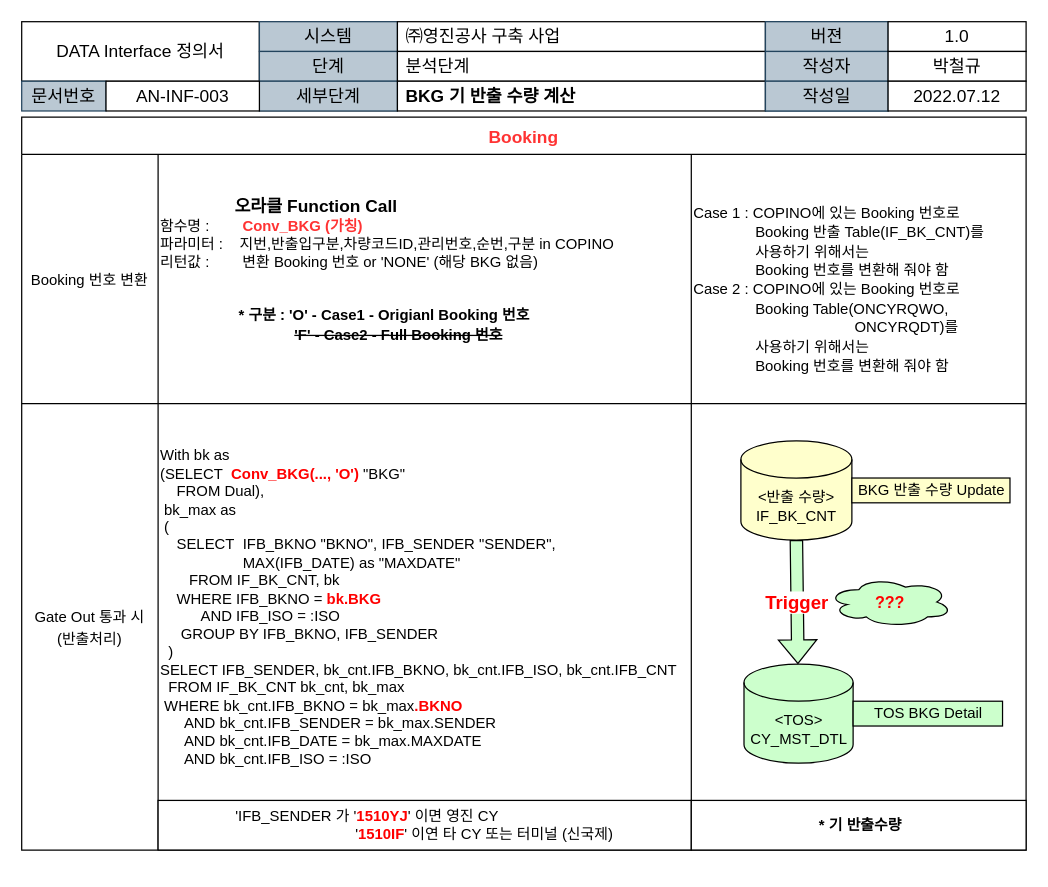
Above: page "BKG 기 반출 수량 계산" (3 of 5) of 산출물/프로세스 명세서 (Data Interface).drawio in yabadadu/- (draw.io), before the change. Source tidied: cells renumbered, new cells numbered last; positions are measured from the earlier drawing's top-left corner, leaving out a move shared by most shapes. Both pictures are drawn from the tidied source at 124%, with x=0, y=0 at pixel (21, 21).
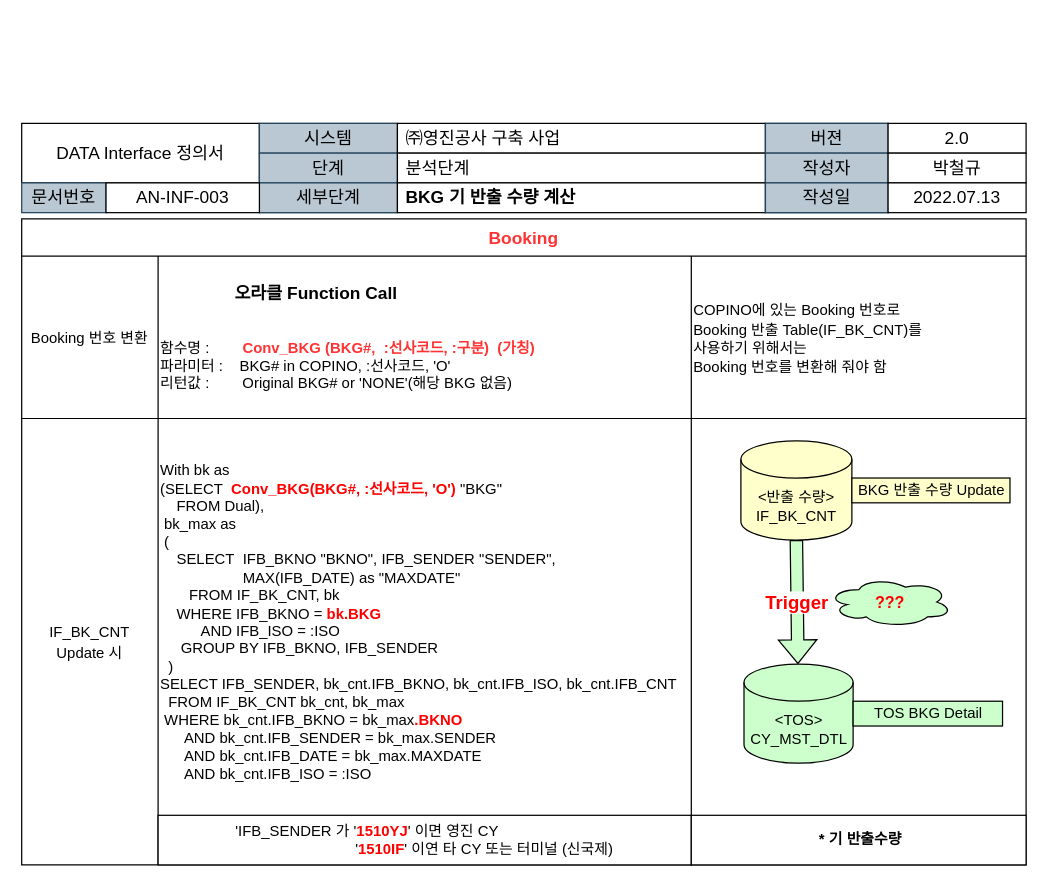
After the change.

Unchanged cells that the change refers to:
```xml
<mxCell id="16" style="group;" parent="2" vertex="1">
  <mxGeometry x="698.7" width="111.3" height="72" as="geometry" />
</mxCell>
```

Change to the diagram source:
```diff
@@
     <mxCell id="2" style="group;" parent="1" vertex="1">
-      <mxGeometry width="810" height="72" as="geometry" />
+      <mxGeometry y="82" width="810" height="72" as="geometry" />
     </mxCell>
@@
-    <mxCell id="17" value="1.0" style="rounded=0;whiteSpace=wrap;html=1;fontSize=14;" parent="16" vertex="1">
+    <mxCell id="17" value="2.0" style="rounded=0;whiteSpace=wrap;html=1;fontSize=14;" parent="16" vertex="1">
       <mxGeometry width="111.3" height="24" as="geometry" />
     </mxCell>
@@
-    <mxCell id="20" value="2022.07.12" style="rounded=0;whiteSpace=wrap;html=1;fontSize=14;" parent="16" vertex="1">
+    <mxCell id="20" value="2022.07.13" style="rounded=0;whiteSpace=wrap;html=1;fontSize=14;" parent="16" vertex="1">
       <mxGeometry y="48" width="111.3" height="24" as="geometry" />
     </mxCell>
@@
     <mxCell id="23" value="Booking" style="shape=table;startSize=30;childLayout=tableLayout;fontStyle=1;align=center;fontSize=14;fontColor=#FF3333;" parent="1" vertex="1">
-      <mxGeometry y="77" width="810" height="591" as="geometry" />
+      <mxGeometry y="159" width="810" height="521" as="geometry" />
     </mxCell>
     <mxCell id="24" style="shape=tableRow;horizontal=0;startSize=0;swimlaneHead=0;swimlaneBody=0;top=0;left=0;bottom=0;right=0;fillColor=none;fontSize=14;fontColor=#FF3333;" parent="23" vertex="1">
-      <mxGeometry y="30" width="810" height="201" as="geometry" />
+      <mxGeometry y="30" width="810" height="131" as="geometry" />
     </mxCell>
     <mxCell id="25" value="&lt;font color=&quot;#000000&quot;&gt;&lt;span style=&quot;font-size: 12px;&quot;&gt;Booking 번호 변환&lt;/span&gt;&lt;/font&gt;" style="shape=partialRectangle;html=1;whiteSpace=wrap;fillColor=none;top=0;left=0;bottom=0;right=0;overflow=hidden;fontSize=14;fontColor=#FF3333;" parent="24" vertex="1">
-      <mxGeometry width="110" height="201" as="geometry" />
+      <mxGeometry width="110" height="131" as="geometry" />
     </mxCell>
-    <mxCell id="26" value="&lt;div style=&quot;&quot;&gt;&lt;div style=&quot;font-size: 12px;&quot;&gt;&lt;font color=&quot;#000000&quot;&gt;&amp;nbsp; &amp;nbsp; &amp;nbsp; &amp;nbsp; &amp;nbsp; &amp;nbsp; &amp;nbsp; &amp;nbsp; &amp;nbsp;&amp;nbsp;&lt;/font&gt;&lt;font style=&quot;color: rgb(0, 0, 0); font-size: 14px;&quot;&gt;&lt;b&gt;오라클 Function Call&lt;/b&gt;&lt;/font&gt;&lt;br&gt;&lt;font color=&quot;#000000&quot;&gt;함수명 :&amp;nbsp; &amp;nbsp; &amp;nbsp; &amp;nbsp;&amp;nbsp;&lt;/font&gt;&lt;b&gt;Conv_BKG (가칭)&lt;/b&gt;&lt;br&gt;&lt;font color=&quot;#000000&quot;&gt;파라미터 :&amp;nbsp; &amp;nbsp; 지번,반출입구분,차량코드ID,관리번호,순번,구분 in COPINO&lt;/font&gt;&lt;br&gt;&lt;font color=&quot;#000000&quot;&gt;리턴값 :&amp;nbsp; &amp;nbsp; &amp;nbsp; &amp;nbsp; 변환 Booking 번호 or&amp;nbsp;'NONE' (해당 BKG 없음)&lt;/font&gt;&lt;br&gt;&lt;/div&gt;&lt;div style=&quot;color: rgb(0, 0, 0); font-size: 12px;&quot;&gt;&lt;br&gt;&lt;/div&gt;&lt;div style=&quot;color: rgb(0, 0, 0); font-size: 12px;&quot;&gt;&lt;br&gt;&lt;/div&gt;&lt;div style=&quot;color: rgb(0, 0, 0); font-size: 12px;&quot;&gt;&amp;nbsp; &amp;nbsp; &amp;nbsp; &amp;nbsp; &amp;nbsp; &amp;nbsp; &amp;nbsp; &amp;nbsp; &amp;nbsp; &amp;nbsp;&lt;b&gt;* 구분 :&amp;nbsp;&lt;/b&gt;&lt;b style=&quot;background-color: initial;&quot;&gt;'O' - Case1 - Origianl Booking 번호&lt;/b&gt;&lt;/div&gt;&lt;div style=&quot;color: rgb(0, 0, 0);&quot;&gt;&lt;div style=&quot;&quot;&gt;&lt;font style=&quot;font-size: 10px;&quot;&gt;&amp;nbsp; &amp;nbsp; &amp;nbsp; &amp;nbsp; &amp;nbsp; &amp;nbsp; &amp;nbsp; &amp;nbsp; &amp;nbsp; &amp;nbsp; &amp;nbsp; &amp;nbsp; &amp;nbsp; &amp;nbsp; &amp;nbsp; &amp;nbsp; &amp;nbsp; &amp;nbsp; &amp;nbsp; &amp;nbsp;&lt;/font&gt;&lt;b style=&quot;font-size: 12px; text-decoration-line: line-through;&quot;&gt;'F' - Case2 - Full Booking 번호&lt;/b&gt;&lt;/div&gt;&lt;div style=&quot;font-size: 12px;&quot;&gt;&lt;b&gt;&lt;strike&gt;&lt;br&gt;&lt;/strike&gt;&lt;/b&gt;&lt;/div&gt;&lt;/div&gt;&lt;/div&gt;" style="shape=partialRectangle;html=1;whiteSpace=wrap;fillColor=none;top=0;left=0;bottom=0;right=0;overflow=hidden;fontSize=14;fontColor=#FF3333;align=left;" parent="24" vertex="1">
-      <mxGeometry x="110" width="430" height="201" as="geometry" />
+    <mxCell id="26" value="&lt;div style=&quot;&quot;&gt;&lt;div style=&quot;font-size: 12px;&quot;&gt;&lt;div&gt;&lt;font color=&quot;#000000&quot;&gt;&amp;nbsp; &amp;nbsp; &amp;nbsp; &amp;nbsp; &amp;nbsp; &amp;nbsp; &amp;nbsp; &amp;nbsp; &amp;nbsp;&amp;nbsp;&lt;/font&gt;&lt;font style=&quot;color: rgb(0, 0, 0); font-size: 14px;&quot;&gt;&lt;b&gt;오라클 Function Call&lt;/b&gt;&lt;/font&gt;&lt;/div&gt;&lt;div style=&quot;color: rgb(0, 0, 0);&quot;&gt;&lt;b&gt;&lt;br&gt;&lt;/b&gt;&lt;/div&gt;&lt;div style=&quot;color: rgb(0, 0, 0);&quot;&gt;&lt;div style=&quot;color: rgb(255, 51, 51);&quot;&gt;&lt;font color=&quot;#000000&quot;&gt;&amp;nbsp;&lt;/font&gt;&lt;br&gt;&lt;font color=&quot;#000000&quot;&gt;함수명 :&amp;nbsp; &amp;nbsp; &amp;nbsp; &amp;nbsp;&amp;nbsp;&lt;/font&gt;&lt;b&gt;Conv_BKG (BKG#,&amp;nbsp; :선사코드, :구분)&amp;nbsp;&lt;/b&gt;&lt;b&gt;&amp;nbsp;(가칭)&lt;/b&gt;&lt;br&gt;&lt;font color=&quot;#000000&quot;&gt;파라미터 :&amp;nbsp; &amp;nbsp; BKG# in COPINO, :선사코드, 'O'&lt;/font&gt;&lt;br&gt;&lt;font color=&quot;#000000&quot;&gt;리턴값 :&amp;nbsp; &amp;nbsp; &amp;nbsp; &amp;nbsp; Original BKG# or 'NONE'(해당 BKG 없음)&lt;/font&gt;&lt;/div&gt;&lt;/div&gt;&lt;/div&gt;&lt;/div&gt;" style="shape=partialRectangle;html=1;whiteSpace=wrap;fillColor=none;top=0;left=0;bottom=0;right=0;overflow=hidden;fontSize=14;fontColor=#FF3333;align=left;" parent="24" vertex="1">
+      <mxGeometry x="110" width="430" height="131" as="geometry" />
     </mxCell>
-    <mxCell id="27" value="&lt;font style=&quot;font-size: 12px;&quot;&gt;&lt;font style=&quot;font-size: 12px;&quot; color=&quot;#000000&quot;&gt;&lt;br&gt;Case 1 :&amp;nbsp;&lt;/font&gt;&lt;span style=&quot;color: rgb(0, 0, 0);&quot;&gt;COPINO에 있는 Booking 번호로&lt;br&gt;&lt;/span&gt;&lt;font style=&quot;font-size: 12px;&quot; color=&quot;#000000&quot;&gt;&amp;nbsp; &amp;nbsp; &amp;nbsp; &amp;nbsp; &amp;nbsp; &amp;nbsp; &amp;nbsp; &amp;nbsp;Booking 반출 Table(IF_BK_CNT)를&lt;br&gt;&amp;nbsp; &amp;nbsp; &amp;nbsp; &amp;nbsp; &amp;nbsp; &amp;nbsp; &amp;nbsp; &amp;nbsp;사용하기 위해서는&lt;br&gt;&lt;div&gt;&lt;span style=&quot;background-color: initial;&quot;&gt;&amp;nbsp; &amp;nbsp; &amp;nbsp; &amp;nbsp; &amp;nbsp; &amp;nbsp; &amp;nbsp; &amp;nbsp;Booking 번호를 변환해 줘야 함&lt;/span&gt;&lt;/div&gt;&lt;/font&gt;&lt;font color=&quot;#000000&quot; style=&quot;font-size: 12px;&quot;&gt;Case 2 : COPINO에 있는 Booking 번호로&amp;nbsp;&lt;br&gt;&amp;nbsp; &amp;nbsp; &amp;nbsp; &amp;nbsp; &amp;nbsp; &amp;nbsp; &amp;nbsp; &amp;nbsp;Booking Table(ONCYRQWO,&lt;br&gt;&amp;nbsp; &amp;nbsp; &amp;nbsp; &amp;nbsp; &amp;nbsp; &amp;nbsp; &amp;nbsp; &amp;nbsp; &amp;nbsp; &amp;nbsp; &amp;nbsp; &amp;nbsp; &amp;nbsp; &amp;nbsp; &amp;nbsp; &amp;nbsp; &amp;nbsp; &amp;nbsp; &amp;nbsp; &amp;nbsp;ONCYRQDT)를 &lt;br&gt;&amp;nbsp; &amp;nbsp; &amp;nbsp; &amp;nbsp; &amp;nbsp; &amp;nbsp; &amp;nbsp; &amp;nbsp;사용하기 위해서는&lt;br&gt;&amp;nbsp; &amp;nbsp; &amp;nbsp; &amp;nbsp; &amp;nbsp; &amp;nbsp; &amp;nbsp; &amp;nbsp;Booking 번호를 변환해 줘야 함&lt;/font&gt;&lt;/font&gt;" style="shape=partialRectangle;html=1;whiteSpace=wrap;fillColor=none;top=0;left=0;bottom=0;right=0;overflow=hidden;fontSize=13;fontColor=#FF3333;align=left;" parent="24" vertex="1">
-      <mxGeometry x="540" width="270" height="201" as="geometry" />
+    <mxCell id="27" value="&lt;font style=&quot;font-size: 12px;&quot;&gt;&lt;span style=&quot;color: rgb(0, 0, 0);&quot;&gt;COPINO에 있는 Booking 번호로&lt;br&gt;&lt;/span&gt;&lt;font style=&quot;font-size: 12px;&quot; color=&quot;#000000&quot;&gt;Booking 반출 Table(IF_BK_CNT)를&lt;br&gt;사용하기 위해서는&lt;br&gt;&lt;div&gt;&lt;span style=&quot;background-color: initial;&quot;&gt;Booking 번호를 변환해 줘야 함&lt;/span&gt;&lt;/div&gt;&lt;/font&gt;&lt;/font&gt;" style="shape=partialRectangle;html=1;whiteSpace=wrap;fillColor=none;top=0;left=0;bottom=0;right=0;overflow=hidden;fontSize=13;fontColor=#FF3333;align=left;" parent="24" vertex="1">
+      <mxGeometry x="540" width="270" height="131" as="geometry" />
     </mxCell>
     <mxCell id="28" style="shape=tableRow;horizontal=0;startSize=0;swimlaneHead=0;swimlaneBody=0;top=0;left=0;bottom=0;right=0;fillColor=none;fontSize=14;fontColor=#FF3333;" parent="23" vertex="1">
-      <mxGeometry y="231" width="810" height="360" as="geometry" />
+      <mxGeometry y="161" width="810" height="360" as="geometry" />
     </mxCell>
-    <mxCell id="29" value="&lt;span style=&quot;color: rgb(0, 0, 0); font-size: 12px;&quot;&gt;Gate Out 통과 시&lt;br&gt;(반출처리)&lt;/span&gt;" style="shape=partialRectangle;html=1;whiteSpace=wrap;fillColor=none;top=0;left=0;bottom=0;right=0;overflow=hidden;fontSize=14;fontColor=#FF3333;" parent="28" vertex="1">
+    <mxCell id="29" value="&lt;span style=&quot;text-align: left; font-size: 13px;&quot;&gt;&lt;font style=&quot;font-size: 13px;&quot; color=&quot;#000000&quot;&gt;&lt;span style=&quot;font-size: 12px;&quot;&gt;IF_BK_CNT&lt;/span&gt;&lt;font style=&quot;font-size: 13px;&quot;&gt;&lt;br&gt;&lt;/font&gt;&lt;/font&gt;&lt;/span&gt;&lt;font style=&quot;font-size: 12px;&quot; color=&quot;#000000&quot;&gt;Update 시&lt;/font&gt;" style="shape=partialRectangle;html=1;whiteSpace=wrap;fillColor=none;top=0;left=0;bottom=0;right=0;overflow=hidden;fontSize=14;fontColor=#FF3333;" parent="28" vertex="1">
       <mxGeometry width="110" height="360" as="geometry" />
     </mxCell>
-    <mxCell id="30" value="&lt;div style=&quot;color: rgb(0, 0, 0); font-size: 12px;&quot;&gt;&lt;font color=&quot;#000000&quot;&gt;With bk as&lt;br&gt;(SELECT&amp;nbsp;&lt;/font&gt;&lt;span style=&quot;color: rgb(255, 51, 51);&quot;&gt;&amp;nbsp;&lt;/span&gt;&lt;span style=&quot;color: rgb(255, 0, 0); font-weight: 700;&quot;&gt;Conv_BKG(..., 'O')&lt;/span&gt;&lt;font color=&quot;#000000&quot;&gt;&amp;nbsp;&quot;BKG&quot;&lt;br&gt;&amp;nbsp; &amp;nbsp; FROM Dual),&lt;/font&gt;&lt;span style=&quot;background-color: initial;&quot;&gt;&lt;br&gt;&lt;/span&gt;&lt;/div&gt;&lt;div style=&quot;color: rgb(0, 0, 0); font-size: 12px;&quot;&gt;&amp;nbsp;bk_max as&lt;/div&gt;&lt;div style=&quot;color: rgb(0, 0, 0); font-size: 12px;&quot;&gt;&amp;nbsp;(&lt;/div&gt;&lt;div style=&quot;color: rgb(0, 0, 0); font-size: 12px;&quot;&gt;&amp;nbsp; &amp;nbsp;&amp;nbsp;&lt;span style=&quot;background-color: initial;&quot;&gt;SELECT&amp;nbsp; IFB_BKNO &quot;BKNO&quot;, IFB_SENDER &quot;SENDER&quot;,&amp;nbsp;&lt;/span&gt;&lt;/div&gt;&lt;div style=&quot;color: rgb(0, 0, 0); font-size: 12px;&quot;&gt;&lt;span style=&quot;background-color: initial;&quot;&gt;&amp;nbsp; &amp;nbsp; &amp;nbsp; &amp;nbsp; &amp;nbsp; &amp;nbsp; &amp;nbsp; &amp;nbsp; &amp;nbsp; &amp;nbsp; MAX(IFB_DATE) as &quot;MAXDATE&quot;&amp;nbsp;&lt;/span&gt;&lt;/div&gt;&lt;div style=&quot;color: rgb(0, 0, 0); font-size: 12px;&quot;&gt;&lt;span style=&quot;background-color: initial;&quot;&gt;&amp;nbsp; &amp;nbsp; &amp;nbsp; &amp;nbsp;FROM IF_BK_CNT, bk&lt;/span&gt;&lt;/div&gt;&lt;div style=&quot;font-size: 12px;&quot;&gt;&lt;font color=&quot;#000000&quot;&gt;&amp;nbsp; &amp;nbsp; WHERE&amp;nbsp;&lt;/font&gt;&lt;span style=&quot;background-color: initial;&quot;&gt;&lt;font color=&quot;#000000&quot;&gt;IFB_BKNO =&amp;nbsp;&lt;/font&gt;&lt;b&gt;&lt;font color=&quot;#ff0000&quot;&gt;bk.BKG&lt;/font&gt;&lt;/b&gt;&lt;/span&gt;&lt;/div&gt;&lt;div style=&quot;font-size: 12px;&quot;&gt;&lt;span style=&quot;background-color: initial;&quot;&gt;&lt;font color=&quot;#000000&quot;&gt;&amp;nbsp; &amp;nbsp; &amp;nbsp; &amp;nbsp; &amp;nbsp; AND IFB_ISO = :ISO&lt;/font&gt;&lt;/span&gt;&lt;/div&gt;&lt;div style=&quot;font-size: 12px;&quot;&gt;&lt;span style=&quot;background-color: initial;&quot;&gt;&lt;font color=&quot;#000000&quot;&gt;&amp;nbsp; &amp;nbsp; &amp;nbsp;GROUP BY IFB_BKNO, IFB_SENDER&lt;/font&gt;&lt;/span&gt;&lt;/div&gt;&lt;div style=&quot;color: rgb(0, 0, 0); font-size: 12px;&quot;&gt;&amp;nbsp; )&lt;/div&gt;&lt;div style=&quot;color: rgb(0, 0, 0); font-size: 12px;&quot;&gt;&lt;span style=&quot;background-color: initial;&quot;&gt;SELECT IFB_SENDER, bk_cnt.IFB_BKNO, bk_cnt.IFB_ISO, bk_cnt.&lt;/span&gt;&lt;span style=&quot;background-color: initial;&quot;&gt;IFB_CNT&amp;nbsp;&lt;/span&gt;&lt;/div&gt;&lt;div style=&quot;color: rgb(0, 0, 0); font-size: 12px;&quot;&gt;&lt;span style=&quot;background-color: initial;&quot;&gt;&amp;nbsp; FROM IF_BK_CNT bk_cnt, bk_max&lt;/span&gt;&lt;br&gt;&lt;/div&gt;&lt;div style=&quot;font-size: 12px;&quot;&gt;&lt;font color=&quot;#000000&quot;&gt;&amp;nbsp;WHERE bk_cnt.&lt;/font&gt;&lt;span style=&quot;background-color: initial;&quot;&gt;&lt;font color=&quot;#000000&quot;&gt;IFB_BKNO = bk_max&lt;/font&gt;&lt;b style=&quot;&quot;&gt;&lt;font color=&quot;#ff0000&quot;&gt;.BKNO&lt;/font&gt;&lt;/b&gt;&lt;/span&gt;&lt;/div&gt;&lt;div style=&quot;font-size: 12px;&quot;&gt;&lt;span style=&quot;background-color: initial;&quot;&gt;&lt;font color=&quot;#000000&quot;&gt;&amp;nbsp; &amp;nbsp; &amp;nbsp; AND bk_cnt.IFB_SENDER = bk_max.SENDER&lt;/font&gt;&lt;/span&gt;&lt;/div&gt;&lt;div style=&quot;font-size: 12px;&quot;&gt;&lt;span style=&quot;background-color: initial;&quot;&gt;&lt;font color=&quot;#000000&quot;&gt;&amp;nbsp; &amp;nbsp; &amp;nbsp; AND bk_cnt.IFB_DATE = bk_max.MAXDATE&lt;/font&gt;&lt;/span&gt;&lt;/div&gt;&lt;div style=&quot;font-size: 12px;&quot;&gt;&lt;span style=&quot;background-color: initial;&quot;&gt;&lt;font color=&quot;#000000&quot;&gt;&amp;nbsp; &amp;nbsp; &amp;nbsp; AND bk_cnt.IFB_ISO = :ISO&lt;/font&gt;&lt;/span&gt;&lt;/div&gt;&lt;div style=&quot;font-size: 12px;&quot;&gt;&lt;span style=&quot;background-color: initial;&quot;&gt;&lt;font color=&quot;#000000&quot;&gt;&lt;br&gt;&lt;/font&gt;&lt;/span&gt;&lt;/div&gt;&lt;div style=&quot;font-size: 12px;&quot;&gt;&lt;/div&gt;&lt;font color=&quot;#000000&quot;&gt;&lt;span style=&quot;font-size: 12px;&quot;&gt;&lt;br&gt;&lt;/span&gt;&lt;/font&gt;" style="shape=partialRectangle;html=1;whiteSpace=wrap;fillColor=none;top=0;left=0;bottom=0;right=0;overflow=hidden;fontSize=14;fontColor=#FF3333;align=left;" parent="28" vertex="1">
+    <mxCell id="30" value="&lt;div style=&quot;color: rgb(0, 0, 0); font-size: 12px;&quot;&gt;&lt;font color=&quot;#000000&quot;&gt;With bk as&lt;br&gt;(SELECT&amp;nbsp;&lt;/font&gt;&lt;span style=&quot;color: rgb(255, 51, 51);&quot;&gt;&amp;nbsp;&lt;/span&gt;&lt;span style=&quot;color: rgb(255, 0, 0); font-weight: 700;&quot;&gt;Conv_BKG(BKG#, :선사코드, 'O')&lt;/span&gt;&lt;font color=&quot;#000000&quot;&gt;&amp;nbsp;&quot;BKG&quot;&lt;br&gt;&amp;nbsp; &amp;nbsp; FROM Dual),&lt;/font&gt;&lt;span style=&quot;background-color: initial;&quot;&gt;&lt;br&gt;&lt;/span&gt;&lt;/div&gt;&lt;div style=&quot;color: rgb(0, 0, 0); font-size: 12px;&quot;&gt;&amp;nbsp;bk_max as&lt;/div&gt;&lt;div style=&quot;color: rgb(0, 0, 0); font-size: 12px;&quot;&gt;&amp;nbsp;(&lt;/div&gt;&lt;div style=&quot;color: rgb(0, 0, 0); font-size: 12px;&quot;&gt;&amp;nbsp; &amp;nbsp;&amp;nbsp;&lt;span style=&quot;background-color: initial;&quot;&gt;SELECT&amp;nbsp; IFB_BKNO &quot;BKNO&quot;, IFB_SENDER &quot;SENDER&quot;,&amp;nbsp;&lt;/span&gt;&lt;/div&gt;&lt;div style=&quot;color: rgb(0, 0, 0); font-size: 12px;&quot;&gt;&lt;span style=&quot;background-color: initial;&quot;&gt;&amp;nbsp; &amp;nbsp; &amp;nbsp; &amp;nbsp; &amp;nbsp; &amp;nbsp; &amp;nbsp; &amp;nbsp; &amp;nbsp; &amp;nbsp; MAX(IFB_DATE) as &quot;MAXDATE&quot;&amp;nbsp;&lt;/span&gt;&lt;/div&gt;&lt;div style=&quot;color: rgb(0, 0, 0); font-size: 12px;&quot;&gt;&lt;span style=&quot;background-color: initial;&quot;&gt;&amp;nbsp; &amp;nbsp; &amp;nbsp; &amp;nbsp;FROM IF_BK_CNT, bk&lt;/span&gt;&lt;/div&gt;&lt;div style=&quot;font-size: 12px;&quot;&gt;&lt;font color=&quot;#000000&quot;&gt;&amp;nbsp; &amp;nbsp; WHERE&amp;nbsp;&lt;/font&gt;&lt;span style=&quot;background-color: initial;&quot;&gt;&lt;font color=&quot;#000000&quot;&gt;IFB_BKNO =&amp;nbsp;&lt;/font&gt;&lt;b&gt;&lt;font color=&quot;#ff0000&quot;&gt;bk.BKG&lt;/font&gt;&lt;/b&gt;&lt;/span&gt;&lt;/div&gt;&lt;div style=&quot;font-size: 12px;&quot;&gt;&lt;span style=&quot;background-color: initial;&quot;&gt;&lt;font color=&quot;#000000&quot;&gt;&amp;nbsp; &amp;nbsp; &amp;nbsp; &amp;nbsp; &amp;nbsp; AND IFB_ISO = :ISO&lt;/font&gt;&lt;/span&gt;&lt;/div&gt;&lt;div style=&quot;font-size: 12px;&quot;&gt;&lt;span style=&quot;background-color: initial;&quot;&gt;&lt;font color=&quot;#000000&quot;&gt;&amp;nbsp; &amp;nbsp; &amp;nbsp;GROUP BY IFB_BKNO, IFB_SENDER&lt;/font&gt;&lt;/span&gt;&lt;/div&gt;&lt;div style=&quot;color: rgb(0, 0, 0); font-size: 12px;&quot;&gt;&amp;nbsp; )&lt;/div&gt;&lt;div style=&quot;color: rgb(0, 0, 0); font-size: 12px;&quot;&gt;&lt;span style=&quot;background-color: initial;&quot;&gt;SELECT IFB_SENDER, bk_cnt.IFB_BKNO, bk_cnt.IFB_ISO, bk_cnt.&lt;/span&gt;&lt;span style=&quot;background-color: initial;&quot;&gt;IFB_CNT&amp;nbsp;&lt;/span&gt;&lt;/div&gt;&lt;div style=&quot;color: rgb(0, 0, 0); font-size: 12px;&quot;&gt;&lt;span style=&quot;background-color: initial;&quot;&gt;&amp;nbsp; FROM IF_BK_CNT bk_cnt, bk_max&lt;/span&gt;&lt;br&gt;&lt;/div&gt;&lt;div style=&quot;font-size: 12px;&quot;&gt;&lt;font color=&quot;#000000&quot;&gt;&amp;nbsp;WHERE bk_cnt.&lt;/font&gt;&lt;span style=&quot;background-color: initial;&quot;&gt;&lt;font color=&quot;#000000&quot;&gt;IFB_BKNO = bk_max&lt;/font&gt;&lt;b style=&quot;&quot;&gt;&lt;font color=&quot;#ff0000&quot;&gt;.BKNO&lt;/font&gt;&lt;/b&gt;&lt;/span&gt;&lt;/div&gt;&lt;div style=&quot;font-size: 12px;&quot;&gt;&lt;span style=&quot;background-color: initial;&quot;&gt;&lt;font color=&quot;#000000&quot;&gt;&amp;nbsp; &amp;nbsp; &amp;nbsp; AND bk_cnt.IFB_SENDER = bk_max.SENDER&lt;/font&gt;&lt;/span&gt;&lt;/div&gt;&lt;div style=&quot;font-size: 12px;&quot;&gt;&lt;span style=&quot;background-color: initial;&quot;&gt;&lt;font color=&quot;#000000&quot;&gt;&amp;nbsp; &amp;nbsp; &amp;nbsp; AND bk_cnt.IFB_DATE = bk_max.MAXDATE&lt;/font&gt;&lt;/span&gt;&lt;/div&gt;&lt;div style=&quot;font-size: 12px;&quot;&gt;&lt;span style=&quot;background-color: initial;&quot;&gt;&lt;font color=&quot;#000000&quot;&gt;&amp;nbsp; &amp;nbsp; &amp;nbsp; AND bk_cnt.IFB_ISO = :ISO&lt;/font&gt;&lt;/span&gt;&lt;/div&gt;&lt;div style=&quot;font-size: 12px;&quot;&gt;&lt;span style=&quot;background-color: initial;&quot;&gt;&lt;font color=&quot;#000000&quot;&gt;&lt;br&gt;&lt;/font&gt;&lt;/span&gt;&lt;/div&gt;&lt;div style=&quot;font-size: 12px;&quot;&gt;&lt;/div&gt;&lt;font color=&quot;#000000&quot;&gt;&lt;span style=&quot;font-size: 12px;&quot;&gt;&lt;br&gt;&lt;/span&gt;&lt;/font&gt;" style="shape=partialRectangle;html=1;whiteSpace=wrap;fillColor=none;top=0;left=0;bottom=0;right=0;overflow=hidden;fontSize=14;fontColor=#FF3333;align=left;" parent="28" vertex="1">
       <mxGeometry x="110" width="430" height="360" as="geometry" />
     </mxCell>
@@
     <mxCell id="36" value="&lt;div style=&quot;text-align: left;&quot;&gt;&lt;span style=&quot;background-color: initial;&quot;&gt;'IFB_SENDER 가 '&lt;b&gt;&lt;font color=&quot;#ff0000&quot;&gt;1510YJ&lt;/font&gt;&lt;/b&gt;' 이면 영진 CY&lt;/span&gt;&lt;/div&gt;&lt;div style=&quot;text-align: left;&quot;&gt;&lt;span style=&quot;background-color: initial;&quot;&gt;&amp;nbsp; &amp;nbsp; &amp;nbsp; &amp;nbsp; &amp;nbsp; &amp;nbsp; &amp;nbsp; &amp;nbsp; &amp;nbsp; &amp;nbsp; &amp;nbsp; &amp;nbsp; &amp;nbsp; &amp;nbsp; &amp;nbsp;'&lt;font color=&quot;#ff0000&quot;&gt;&lt;b&gt;1510IF&lt;/b&gt;&lt;/font&gt;' 이연 타 CY 또는 터미널 (신국제)&lt;/span&gt;&lt;/div&gt;" style="rounded=0;whiteSpace=wrap;html=1;fontSize=12;fontColor=#000000;fillColor=#FFFFFF;" parent="1" vertex="1">
-      <mxGeometry x="110" y="628" width="430" height="40" as="geometry" />
+      <mxGeometry x="110" y="640" width="430" height="40" as="geometry" />
     </mxCell>
@@
     <mxCell id="38" value="&lt;b style=&quot;text-align: left;&quot;&gt;&amp;nbsp;* &lt;span style=&quot;background-color: initial;&quot;&gt;기 반출수량&lt;/span&gt;&lt;/b&gt;" style="rounded=0;whiteSpace=wrap;html=1;fontSize=12;fontColor=#000000;fillColor=#FFFFFF;" parent="1" vertex="1">
-      <mxGeometry x="540" y="628" width="270" height="40" as="geometry" />
+      <mxGeometry x="540" y="640" width="270" height="40" as="geometry" />
     </mxCell>
```
